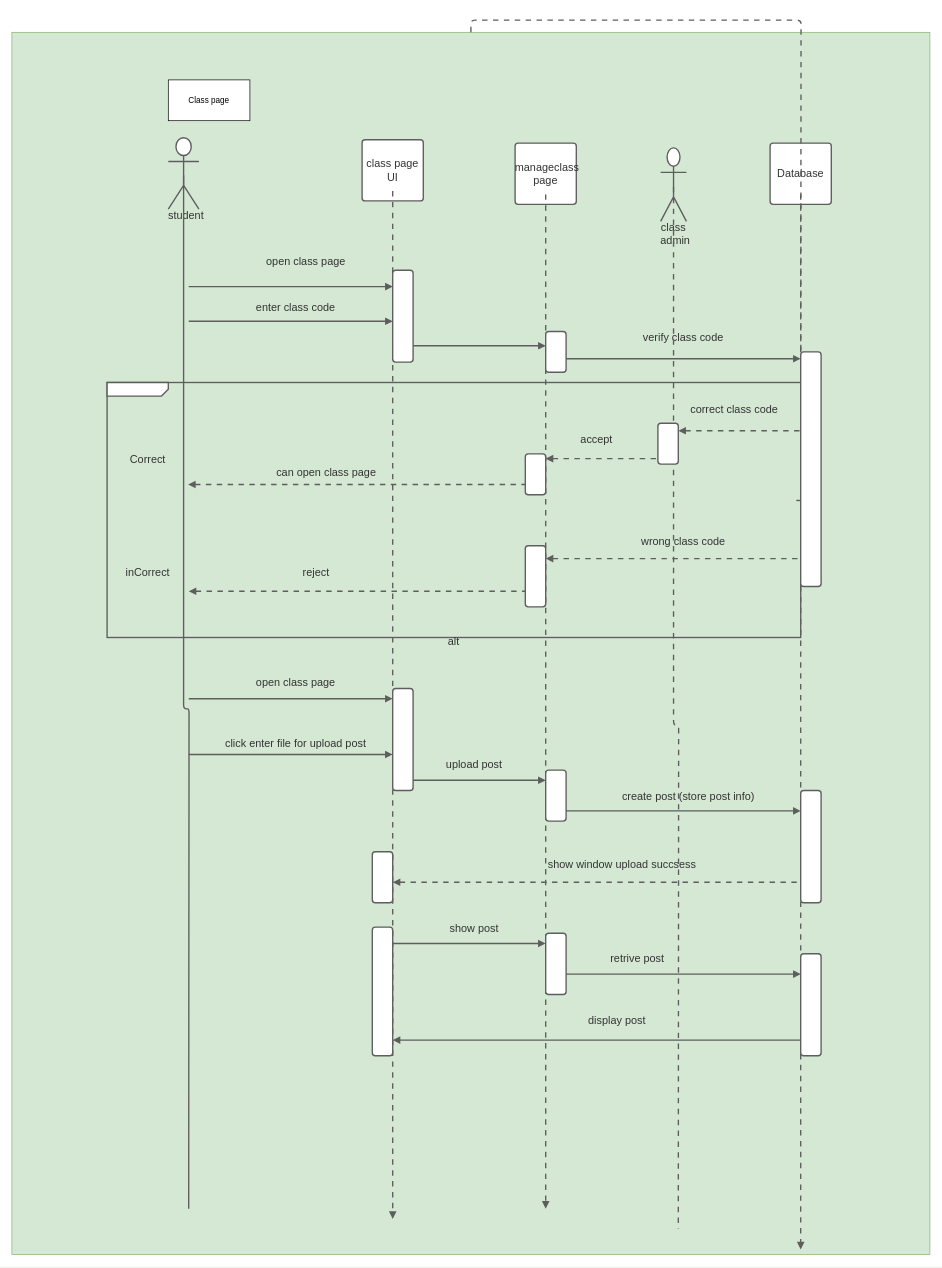
AbdulromanMohamadsaleh/githubtest keeps this draw.io diagram as sequance 2 Diagram.drawio. Above is the earlier version. Source tidied: cells renumbered, new cells numbered last; positions are measured from the earlier drawing's top-left corner, leaving out a move shared by most shapes. Both pictures are drawn from the tidied source at 68%, with x=0, y=0 at pixel (12, 32).
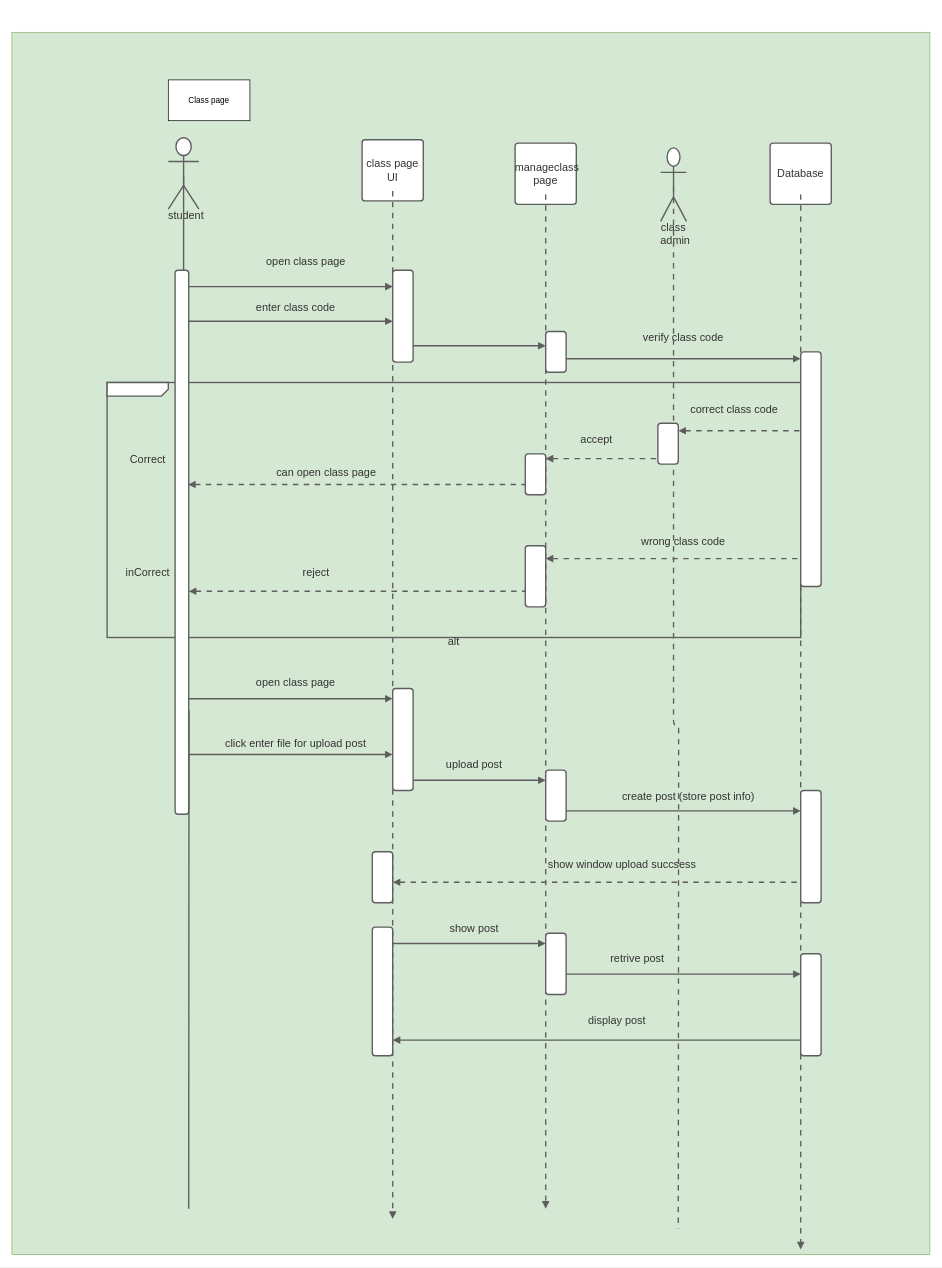
Above is the later version.

Unchanged cells that the change refers to:
```xml
<mxCell id="2" style="rounded=0;whiteSpace=wrap;html=1;fillColor=#d5e8d4;strokeColor=#82b366;" parent="1" vertex="1">
  <mxGeometry width="1350" height="1797.5" as="geometry" />
</mxCell>
```

Diff of the diagram source:
```diff
@@
-    <mxCell id="27" style="html=1;jettySize=18;whiteSpace=wrap;fontSize=11;strokeColor=#5E5E5E;dashed=1;fixDash=1;dashPattern=8 8;strokeWidth=2;rounded=1;arcSize=12;edgeStyle=orthogonalEdgeStyle;startArrow=none;endArrow=ERone;endSize=10;" parent="1" edge="1" source="2">
-      <mxGeometry relative="1" as="geometry">
-        <mxPoint x="1160" y="695" as="targetPoint" />
-      </mxGeometry>
-    </mxCell>
@@
+    <mxCell id="66" style="html=1;overflow=block;blockSpacing=1;whiteSpace=wrap;whiteSpace=wrap;fontSize=11;spacing=0;strokeColor=#5e5e5e;strokeOpacity=100;rounded=1;absoluteArcSize=1;arcSize=9;strokeWidth=2;" parent="1" vertex="1">
+      <mxGeometry x="240" y="350" width="20" height="800" as="geometry" />
+    </mxCell>
```
